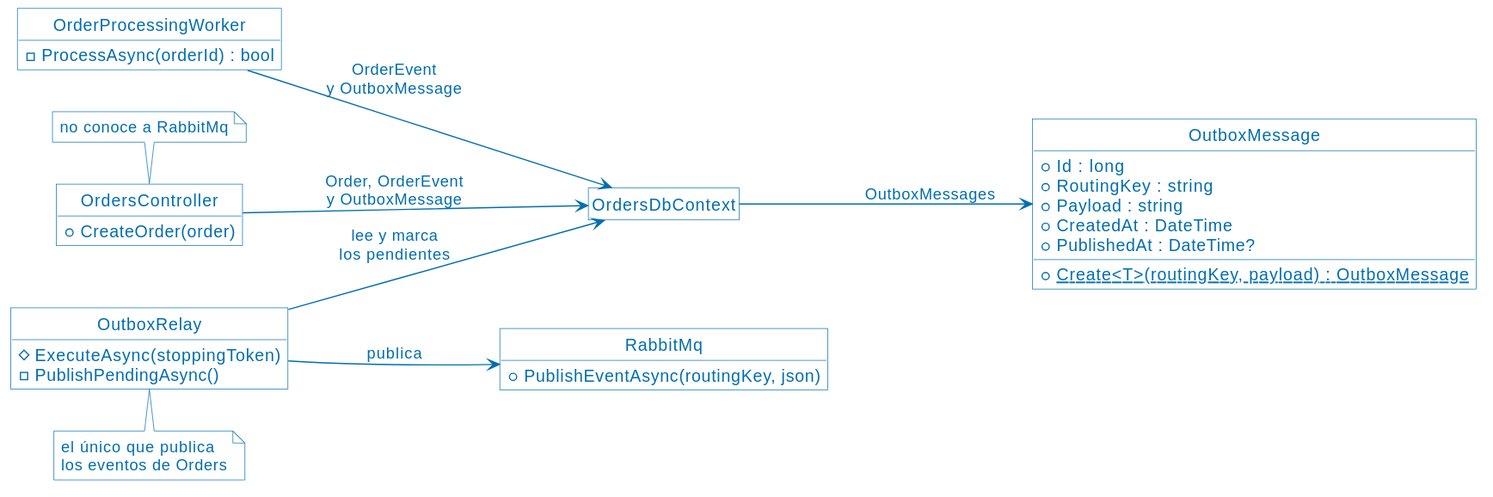
The PlantUML diagram assets/09-transactional-outbox-clases.svg in ucudal/ANDIS2_UT4_DEMO1, before a commit. Source of this version:
```plantuml
@startuml
!include PlantUML.style
hide empty members
hide circle
left to right direction
class OrdersController {
  +CreateOrder(order)
}
class OrderProcessingWorker {
  -ProcessAsync(orderId) : bool
}
class OutboxRelay {
  #ExecuteAsync(stoppingToken)
  -PublishPendingAsync()
}
class OrdersDbContext
class OutboxMessage {
  +Id : long
  +RoutingKey : string
  +Payload : string
  +CreatedAt : DateTime
  +PublishedAt : DateTime?
  {static} +Create<T>(routingKey, payload) : OutboxMessage
}
class RabbitMq {
  +PublishEventAsync(routingKey, json)
}

OrdersController --> OrdersDbContext : Order, OrderEvent\ny OutboxMessage
OrderProcessingWorker --> OrdersDbContext : OrderEvent\ny OutboxMessage
OutboxRelay --> OrdersDbContext : lee y marca\nlos pendientes
OutboxRelay --> RabbitMq : publica
OrdersDbContext --> OutboxMessage : OutboxMessages

note top of OrdersController : no conoce a RabbitMq
note bottom of OutboxRelay : el único que publica\nlos eventos de Orders
@enduml
```
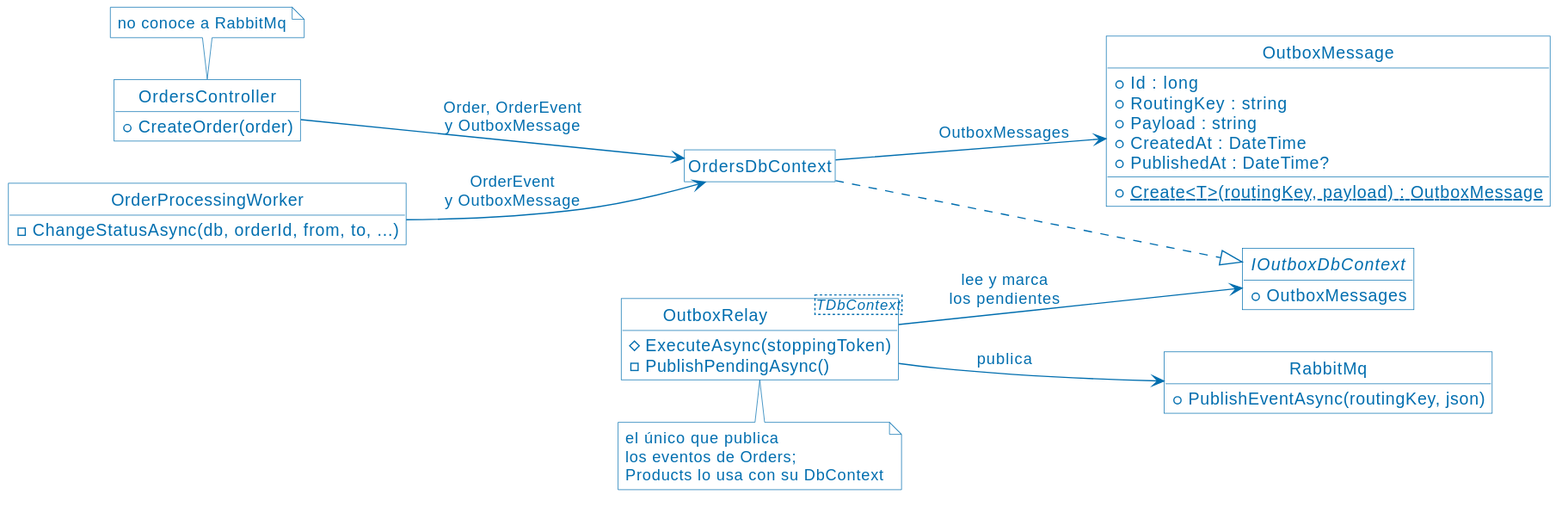
Above is the later version.

The edit, as a diff of the source:
```diff
@@ -7,13 +7,16 @@
   +CreateOrder(order)
 }
 class OrderProcessingWorker {
-  -ProcessAsync(orderId) : bool
+  -ChangeStatusAsync(db, orderId, from, to, ...)
 }
-class OutboxRelay {
+class "OutboxRelay<TDbContext>" as OutboxRelay {
   #ExecuteAsync(stoppingToken)
   -PublishPendingAsync()
 }
 class OrdersDbContext
+interface IOutboxDbContext {
+  +OutboxMessages
+}
 class OutboxMessage {
   +Id : long
   +RoutingKey : string
@@ -28,10 +31,11 @@
 
 OrdersController --> OrdersDbContext : Order, OrderEvent\ny OutboxMessage
 OrderProcessingWorker --> OrdersDbContext : OrderEvent\ny OutboxMessage
-OutboxRelay --> OrdersDbContext : lee y marca\nlos pendientes
+OutboxRelay --> IOutboxDbContext : lee y marca\nlos pendientes
+OrdersDbContext ..|> IOutboxDbContext
 OutboxRelay --> RabbitMq : publica
 OrdersDbContext --> OutboxMessage : OutboxMessages
 
 note top of OrdersController : no conoce a RabbitMq
-note bottom of OutboxRelay : el único que publica\nlos eventos de Orders
+note bottom of OutboxRelay : el único que publica\nlos eventos de Orders;\nProducts lo usa con su DbContext
 @enduml
```
